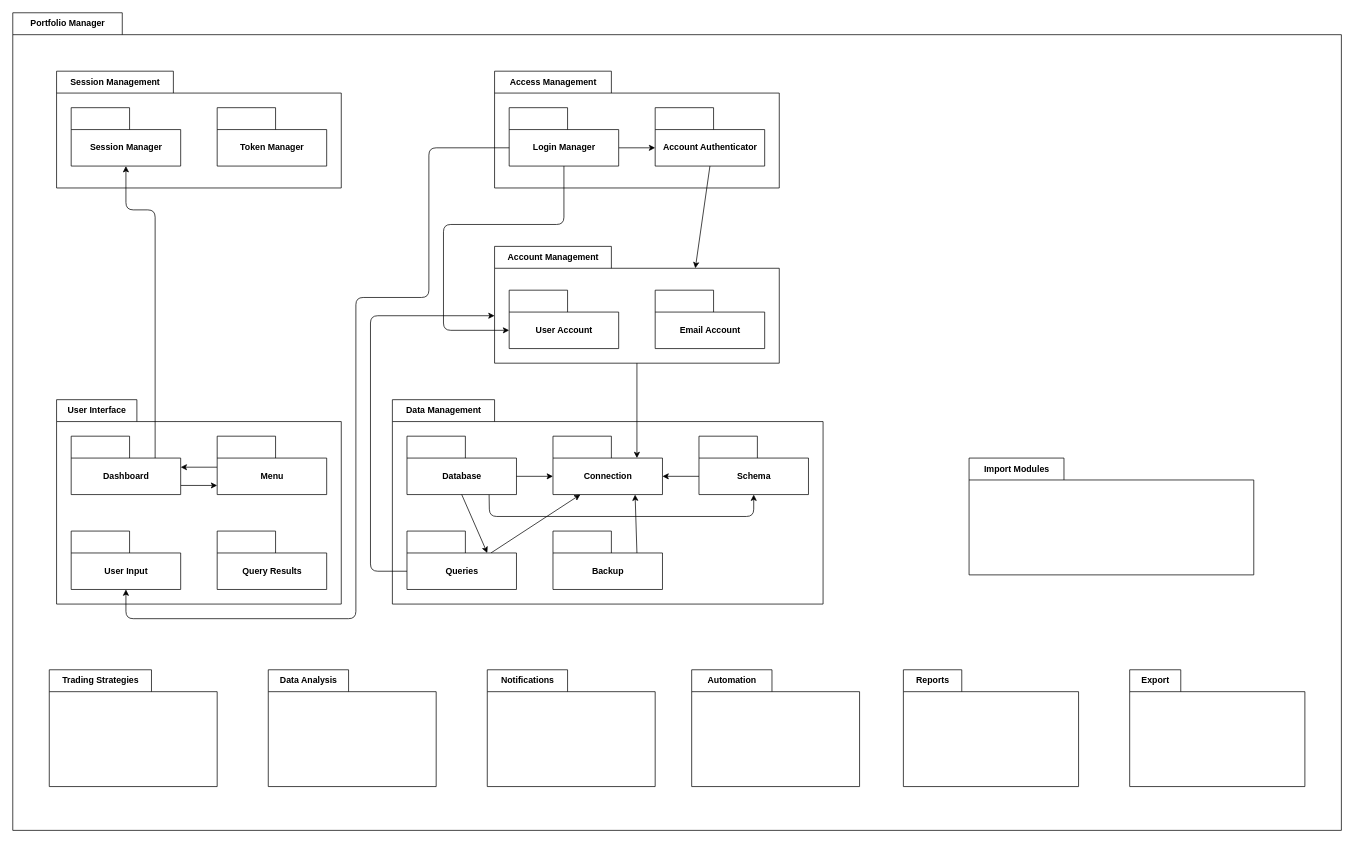
Earlier version of the draw.io diagram documentation/uml_package_diagram.drawio (kevanoullio/portfolio-manager). Source tidied: cells renumbered, new cells numbered last; positions are measured from the earlier drawing's top-left corner, leaving out a move shared by most shapes. Both pictures are drawn from the tidied source at 73%, with x=0, y=0 at pixel (12, 12).
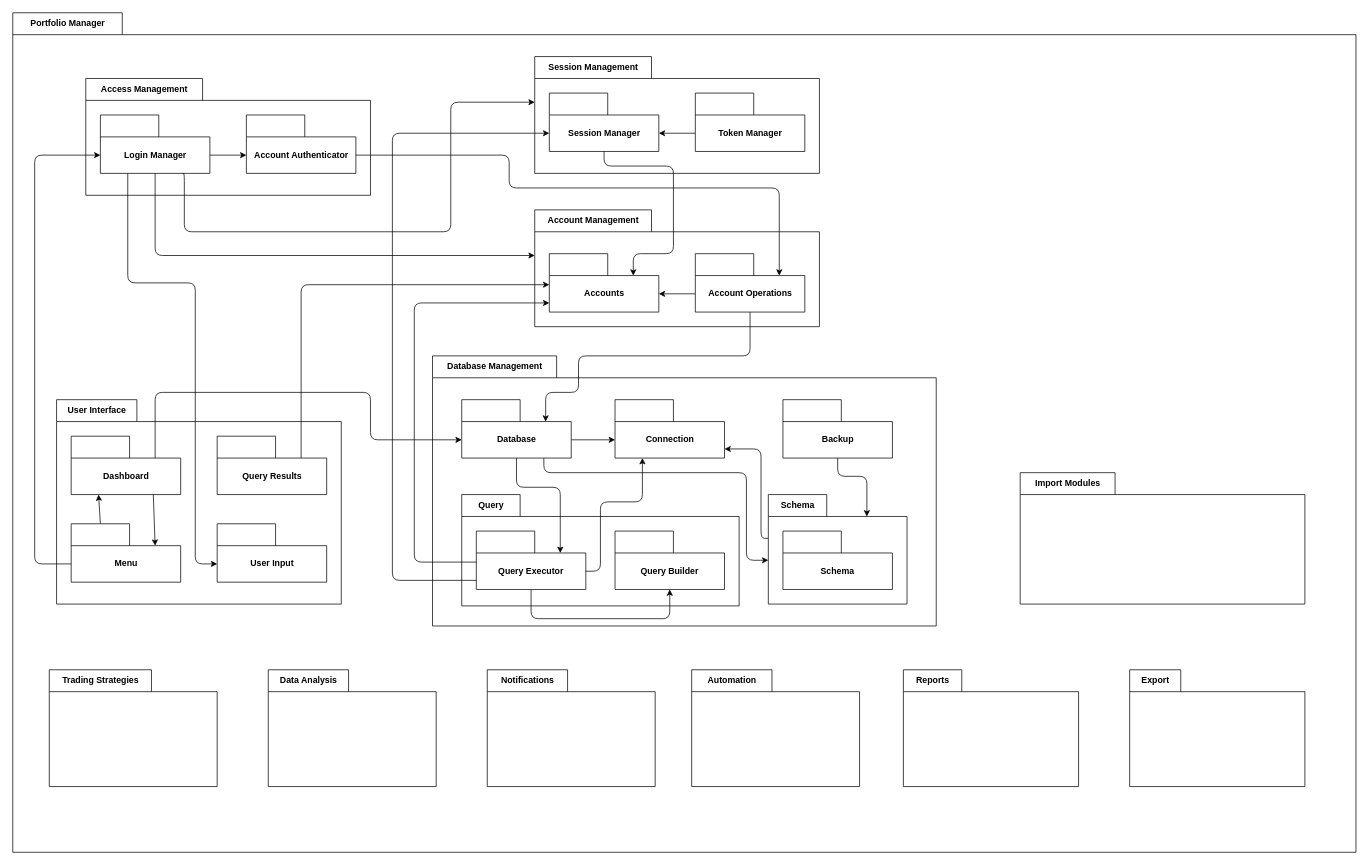
Above is the later version.

The change refers to these unchanged cells:
```xml
<mxCell id="4" value="Session Manager" style="shape=folder;fontStyle=1;tabWidth=80;tabHeight=30;tabPosition=left;html=1;boundedLbl=1;" parent="3" vertex="1">
  <mxGeometry x="20" y="50" width="150" height="80" as="geometry" />
</mxCell>
<mxCell id="5" value="Token Manager" style="shape=folder;fontStyle=1;tabWidth=80;tabHeight=30;tabPosition=left;html=1;boundedLbl=1;" parent="3" vertex="1">
  <mxGeometry x="220" y="50" width="150" height="80" as="geometry" />
</mxCell>
<mxCell id="6" value="User Interface" style="shape=folder;fontStyle=1;tabWidth=110;tabHeight=30;tabPosition=left;html=1;boundedLbl=1;labelInHeader=1;" parent="2" vertex="1">
  <mxGeometry x="60" y="530" width="390" height="280" as="geometry" />
</mxCell>
<mxCell id="33" value="Login Manager" style="shape=folder;fontStyle=1;tabWidth=80;tabHeight=30;tabPosition=left;html=1;boundedLbl=1;" parent="31" vertex="1">
  <mxGeometry x="20" y="50" width="150" height="80" as="geometry" />
</mxCell>
<mxCell id="34" value="Account Authenticator" style="shape=folder;fontStyle=1;tabWidth=80;tabHeight=30;tabPosition=left;html=1;boundedLbl=1;" parent="31" vertex="1">
  <mxGeometry x="220" y="50" width="150" height="80" as="geometry" />
</mxCell>
```

Diff of the diagram source:
```diff
@@
     <mxCell id="2" value="Portfolio Manager" style="shape=folder;fontStyle=1;tabWidth=150;tabHeight=30;tabPosition=left;html=1;boundedLbl=1;labelInHeader=1;" parent="1" vertex="1">
-      <mxGeometry width="1820" height="1120" as="geometry" />
+      <mxGeometry width="1840" height="1150" as="geometry" />
     </mxCell>
     <mxCell id="3" value="Session Management" style="shape=folder;fontStyle=1;tabWidth=160;tabHeight=30;tabPosition=left;html=1;boundedLbl=1;labelInHeader=1;" parent="2" vertex="1">
-      <mxGeometry x="60" y="80" width="390" height="160" as="geometry" />
+      <mxGeometry x="715" y="60" width="390" height="160" as="geometry" />
     </mxCell>
@@
+    <mxCell id="45" style="edgeStyle=orthogonalEdgeStyle;rounded=0;jettySize=auto;html=1;exitX=0;exitY=0;exitDx=0;exitDy=55;exitPerimeter=0;entryX=0;entryY=0;entryDx=150;entryDy=55;entryPerimeter=0;" parent="3" edge="1" source="5" target="4">
+      <mxGeometry relative="1" as="geometry" />
+    </mxCell>
@@
+    <mxCell id="8" value="Dashboard" style="shape=folder;fontStyle=1;tabWidth=80;tabHeight=30;tabPosition=left;html=1;boundedLbl=1;" parent="6" vertex="1">
+      <mxGeometry x="20" y="50" width="150" height="80" as="geometry" />
+    </mxCell>
-    <mxCell id="7" style="edgeStyle=none;html=1;exitX=0;exitY=0;exitDx=150;exitDy=67.5;exitPerimeter=0;entryX=0;entryY=0;entryDx=0;entryDy=67.5;entryPerimeter=0;" parent="6" edge="1" source="8" target="10">
+    <mxCell id="7" style="rounded=0;jettySize=auto;html=1;exitX=0.75;exitY=1;exitDx=0;exitDy=0;exitPerimeter=0;entryX=0;entryY=0;entryDx=115;entryDy=30;entryPerimeter=0;" parent="6" edge="1" source="8" target="10">
       <mxGeometry relative="1" as="geometry" />
     </mxCell>
-    <mxCell id="8" value="Dashboard" style="shape=folder;fontStyle=1;tabWidth=80;tabHeight=30;tabPosition=left;html=1;boundedLbl=1;" parent="6" vertex="1">
-      <mxGeometry x="20" y="50" width="150" height="80" as="geometry" />
-    </mxCell>
-    <mxCell id="9" style="edgeStyle=none;html=1;exitX=0;exitY=0;exitDx=0;exitDy=42.5;exitPerimeter=0;entryX=0;entryY=0;entryDx=150;entryDy=42.5;entryPerimeter=0;" parent="6" edge="1" source="10" target="8">
+    <mxCell id="9" style="rounded=0;jettySize=auto;html=1;exitX=0;exitY=0;exitDx=40;exitDy=0;exitPerimeter=0;entryX=0.25;entryY=1;entryDx=0;entryDy=0;entryPerimeter=0;" parent="6" edge="1" source="10" target="8">
       <mxGeometry relative="1" as="geometry" />
     </mxCell>
     <mxCell id="10" value="Menu" style="shape=folder;fontStyle=1;tabWidth=80;tabHeight=30;tabPosition=left;html=1;boundedLbl=1;" parent="6" vertex="1">
-      <mxGeometry x="220" y="50" width="150" height="80" as="geometry" />
+      <mxGeometry x="20" y="170" width="150" height="80" as="geometry" />
     </mxCell>
     <mxCell id="11" value="User Input" style="shape=folder;fontStyle=1;tabWidth=80;tabHeight=30;tabPosition=left;html=1;boundedLbl=1;" parent="6" vertex="1">
-      <mxGeometry x="20" y="180" width="150" height="80" as="geometry" />
+      <mxGeometry x="220" y="170" width="150" height="80" as="geometry" />
     </mxCell>
     <mxCell id="12" value="Query Results" style="shape=folder;fontStyle=1;tabWidth=80;tabHeight=30;tabPosition=left;html=1;boundedLbl=1;" parent="6" vertex="1">
-      <mxGeometry x="220" y="180" width="150" height="80" as="geometry" />
+      <mxGeometry x="220" y="50" width="150" height="80" as="geometry" />
     </mxCell>
@@
-    <mxCell id="16" value="Import Modules" style="shape=folder;fontStyle=1;tabWidth=130;tabHeight=30;tabPosition=left;html=1;boundedLbl=1;labelInHeader=1;" parent="2" vertex="1">
-      <mxGeometry x="1310" y="610" width="390" height="160" as="geometry" />
-    </mxCell>
@@
-    <mxCell id="18" value="Data Management" style="shape=folder;fontStyle=1;tabWidth=140;tabHeight=30;tabPosition=left;html=1;boundedLbl=1;labelInHeader=1;" parent="2" vertex="1">
-      <mxGeometry x="520" y="530" width="590" height="280" as="geometry" />
-    </mxCell>
-    <mxCell id="19" style="edgeStyle=none;html=1;exitX=0.75;exitY=1;exitDx=0;exitDy=0;exitPerimeter=0;entryX=0.5;entryY=1;entryDx=0;entryDy=0;entryPerimeter=0;" parent="18" edge="1" source="20" target="28">
-      <mxGeometry relative="1" as="geometry">
-        <Array as="points">
-          <mxPoint x="133" y="160" />
-          <mxPoint x="495" y="160" />
-        </Array>
-      </mxGeometry>
-    </mxCell>
-    <mxCell id="20" value="Database" style="shape=folder;fontStyle=1;tabWidth=80;tabHeight=30;tabPosition=left;html=1;boundedLbl=1;" parent="18" vertex="1">
-      <mxGeometry x="20" y="50" width="150" height="80" as="geometry" />
-    </mxCell>
-    <mxCell id="21" style="edgeStyle=none;html=1;exitX=0;exitY=0;exitDx=150;exitDy=55;exitPerimeter=0;entryX=0;entryY=0;entryDx=0;entryDy=55;entryPerimeter=0;" parent="18" edge="1" source="20" target="22">
-      <mxGeometry relative="1" as="geometry" />
-    </mxCell>
-    <mxCell id="22" value="Connection" style="shape=folder;fontStyle=1;tabWidth=80;tabHeight=30;tabPosition=left;html=1;boundedLbl=1;" parent="18" vertex="1">
-      <mxGeometry x="220" y="50" width="150" height="80" as="geometry" />
-    </mxCell>
-    <mxCell id="23" style="edgeStyle=none;html=1;exitX=0;exitY=0;exitDx=115;exitDy=30;exitPerimeter=0;entryX=0.75;entryY=1;entryDx=0;entryDy=0;entryPerimeter=0;" parent="18" edge="1" source="24" target="22">
-      <mxGeometry relative="1" as="geometry" />
-    </mxCell>
-    <mxCell id="24" value="Backup" style="shape=folder;fontStyle=1;tabWidth=80;tabHeight=30;tabPosition=left;html=1;boundedLbl=1;" parent="18" vertex="1">
-      <mxGeometry x="220" y="180" width="150" height="80" as="geometry" />
-    </mxCell>
-    <mxCell id="25" style="edgeStyle=none;html=1;exitX=0;exitY=0;exitDx=115;exitDy=30;exitPerimeter=0;entryX=0.25;entryY=1;entryDx=0;entryDy=0;entryPerimeter=0;" parent="18" edge="1" source="26" target="22">
-      <mxGeometry relative="1" as="geometry" />
-    </mxCell>
-    <mxCell id="26" value="Queries" style="shape=folder;fontStyle=1;tabWidth=80;tabHeight=30;tabPosition=left;html=1;boundedLbl=1;" parent="18" vertex="1">
-      <mxGeometry x="20" y="180" width="150" height="80" as="geometry" />
-    </mxCell>
-    <mxCell id="27" style="edgeStyle=none;html=1;exitX=0;exitY=0;exitDx=0;exitDy=55;exitPerimeter=0;entryX=0;entryY=0;entryDx=150;entryDy=55;entryPerimeter=0;" parent="18" edge="1" source="28" target="22">
-      <mxGeometry relative="1" as="geometry" />
-    </mxCell>
-    <mxCell id="28" value="Schema" style="shape=folder;fontStyle=1;tabWidth=80;tabHeight=30;tabPosition=left;html=1;boundedLbl=1;" parent="18" vertex="1">
-      <mxGeometry x="420" y="50" width="150" height="80" as="geometry" />
-    </mxCell>
@@
     <mxCell id="31" value="Access Management" style="shape=folder;fontStyle=1;tabWidth=160;tabHeight=30;tabPosition=left;html=1;boundedLbl=1;labelInHeader=1;" parent="2" vertex="1">
-      <mxGeometry x="660" y="80" width="390" height="160" as="geometry" />
+      <mxGeometry x="100" y="90" width="390" height="160" as="geometry" />
     </mxCell>
@@
     <mxCell id="35" value="Account Management" style="shape=folder;fontStyle=1;tabWidth=160;tabHeight=30;tabPosition=left;html=1;boundedLbl=1;labelInHeader=1;" parent="2" vertex="1">
-      <mxGeometry x="660" y="320" width="390" height="160" as="geometry" />
+      <mxGeometry x="715" y="270" width="390" height="160" as="geometry" />
     </mxCell>
-    <mxCell id="36" value="User Account" style="shape=folder;fontStyle=1;tabWidth=80;tabHeight=30;tabPosition=left;html=1;boundedLbl=1;" parent="35" vertex="1">
+    <mxCell id="36" value="Accounts" style="shape=folder;fontStyle=1;tabWidth=80;tabHeight=30;tabPosition=left;html=1;boundedLbl=1;" parent="35" vertex="1">
       <mxGeometry x="20" y="60" width="150" height="80" as="geometry" />
     </mxCell>
+    <mxCell id="46" style="edgeStyle=orthogonalEdgeStyle;rounded=1;jettySize=auto;html=1;exitX=0;exitY=0;exitDx=0;exitDy=55;exitPerimeter=0;entryX=0;entryY=0;entryDx=150;entryDy=55;entryPerimeter=0;" parent="35" edge="1" source="37" target="36">
+      <mxGeometry relative="1" as="geometry" />
+    </mxCell>
-    <mxCell id="37" value="Email Account" style="shape=folder;fontStyle=1;tabWidth=80;tabHeight=30;tabPosition=left;html=1;boundedLbl=1;" parent="35" vertex="1">
+    <mxCell id="37" value="Account Operations" style="shape=folder;fontStyle=1;tabWidth=80;tabHeight=30;tabPosition=left;html=1;boundedLbl=1;" parent="35" vertex="1">
       <mxGeometry x="220" y="60" width="150" height="80" as="geometry" />
     </mxCell>
-    <mxCell id="38" style="edgeStyle=none;html=1;exitX=0.5;exitY=1;exitDx=0;exitDy=0;exitPerimeter=0;entryX=0;entryY=0;entryDx=115;entryDy=30;entryPerimeter=0;" parent="2" edge="1" source="35" target="22">
-      <mxGeometry relative="1" as="geometry" />
-    </mxCell>
+    <mxCell id="47" style="edgeStyle=orthogonalEdgeStyle;rounded=1;jettySize=auto;html=1;exitX=0;exitY=0;exitDx=115;exitDy=30;exitPerimeter=0;entryX=0;entryY=0;entryDx=0;entryDy=42.5;entryPerimeter=0;" parent="2" edge="1" source="12" target="36">
+      <mxGeometry relative="1" as="geometry">
+        <Array as="points">
+          <mxPoint x="395" y="373" />
+        </Array>
+      </mxGeometry>
+    </mxCell>
+    <mxCell id="42" style="edgeStyle=orthogonalEdgeStyle;rounded=1;jettySize=auto;html=1;exitX=0.25;exitY=1;exitDx=0;exitDy=0;exitPerimeter=0;entryX=0;entryY=0;entryDx=0;entryDy=55;entryPerimeter=0;" parent="2" edge="1" source="33" target="11">
+      <mxGeometry relative="1" as="geometry">
+        <Array as="points">
+          <mxPoint x="158" y="370" />
+          <mxPoint x="250" y="370" />
+          <mxPoint x="250" y="755" />
+        </Array>
+      </mxGeometry>
+    </mxCell>
+    <mxCell id="48" style="edgeStyle=orthogonalEdgeStyle;rounded=1;jettySize=auto;html=1;exitX=0;exitY=0;exitDx=150;exitDy=55;exitPerimeter=0;entryX=0;entryY=0;entryDx=115;entryDy=30;entryPerimeter=0;" parent="2" edge="1" source="34" target="37">
+      <mxGeometry relative="1" as="geometry">
+        <Array as="points">
+          <mxPoint x="680" y="195" />
+          <mxPoint x="680" y="240" />
+          <mxPoint x="1050" y="240" />
+        </Array>
+      </mxGeometry>
+    </mxCell>
+    <mxCell id="49" style="edgeStyle=orthogonalEdgeStyle;rounded=1;jettySize=auto;html=1;exitX=0.5;exitY=1;exitDx=0;exitDy=0;exitPerimeter=0;entryX=0;entryY=0;entryDx=0;entryDy=62.5;entryPerimeter=0;" parent="2" edge="1" source="33" target="35">
+      <mxGeometry relative="1" as="geometry">
+        <Array as="points">
+          <mxPoint x="195" y="333" />
+        </Array>
+      </mxGeometry>
+    </mxCell>
+    <mxCell id="50" style="edgeStyle=orthogonalEdgeStyle;rounded=1;jettySize=auto;html=1;exitX=0.75;exitY=1;exitDx=0;exitDy=0;exitPerimeter=0;entryX=0;entryY=0;entryDx=0;entryDy=62.5;entryPerimeter=0;" parent="2" edge="1" source="33" target="3">
+      <mxGeometry relative="1" as="geometry">
+        <Array as="points">
+          <mxPoint x="235" y="220" />
+          <mxPoint x="235" y="300" />
+          <mxPoint x="600" y="300" />
+          <mxPoint x="600" y="123" />
+        </Array>
+      </mxGeometry>
+    </mxCell>
+    <mxCell id="51" style="edgeStyle=orthogonalEdgeStyle;rounded=1;jettySize=auto;html=1;exitX=0;exitY=0;exitDx=0;exitDy=55;exitPerimeter=0;entryX=0;entryY=0;entryDx=0;entryDy=55;entryPerimeter=0;" parent="2" edge="1" source="10" target="33">
+      <mxGeometry relative="1" as="geometry">
+        <Array as="points">
+          <mxPoint x="30" y="755" />
+          <mxPoint x="30" y="195" />
+        </Array>
+      </mxGeometry>
+    </mxCell>
+    <mxCell id="52" value="Database Management" style="shape=folder;fontStyle=1;tabWidth=170;tabHeight=30;tabPosition=left;html=1;boundedLbl=1;labelInHeader=1;" parent="2" vertex="1">
+      <mxGeometry x="575" y="470" width="690" height="370" as="geometry" />
+    </mxCell>
+    <mxCell id="53" style="edgeStyle=orthogonalEdgeStyle;rounded=1;jettySize=auto;html=1;exitX=0;exitY=0;exitDx=0;exitDy=60;exitPerimeter=0;entryX=0;entryY=0;entryDx=150;entryDy=67.5;entryPerimeter=0;" parent="52" edge="1" source="54" target="22">
+      <mxGeometry relative="1" as="geometry">
+        <Array as="points">
+          <mxPoint x="450" y="250" />
+          <mxPoint x="450" y="128" />
+        </Array>
+      </mxGeometry>
+    </mxCell>
+    <mxCell id="54" value="Schema" style="shape=folder;fontStyle=1;tabWidth=80;tabHeight=30;tabPosition=left;html=1;boundedLbl=1;labelInHeader=1;" parent="52" vertex="1">
+      <mxGeometry x="460" y="190" width="190" height="150" as="geometry" />
+    </mxCell>
+    <mxCell id="55" value="&lt;div&gt;Schema&lt;/div&gt;" style="shape=folder;fontStyle=1;tabWidth=80;tabHeight=30;tabPosition=left;html=1;boundedLbl=1;whiteSpace=wrap;" parent="54" vertex="1">
+      <mxGeometry x="20" y="50" width="150" height="80" as="geometry" />
+    </mxCell>
+    <mxCell id="21" style="edgeStyle=orthogonalEdgeStyle;rounded=1;jettySize=auto;html=1;exitX=0;exitY=0;exitDx=150;exitDy=55;exitPerimeter=0;entryX=0;entryY=0;entryDx=0;entryDy=55;entryPerimeter=0;" parent="52" edge="1" source="20" target="22">
+      <mxGeometry relative="1" as="geometry" />
+    </mxCell>
+    <mxCell id="56" style="edgeStyle=orthogonalEdgeStyle;rounded=1;jettySize=auto;html=1;exitX=0.75;exitY=1;exitDx=0;exitDy=0;exitPerimeter=0;entryX=0;entryY=0;entryDx=0;entryDy=90;entryPerimeter=0;" parent="52" edge="1" source="20" target="54">
+      <mxGeometry relative="1" as="geometry">
+        <Array as="points">
+          <mxPoint x="153" y="160" />
+          <mxPoint x="430" y="160" />
+          <mxPoint x="430" y="280" />
+        </Array>
+      </mxGeometry>
+    </mxCell>
+    <mxCell id="20" value="Database" style="shape=folder;fontStyle=1;tabWidth=80;tabHeight=30;tabPosition=left;html=1;boundedLbl=1;" parent="52" vertex="1">
+      <mxGeometry x="40" y="60" width="150" height="80" as="geometry" />
+    </mxCell>
+    <mxCell id="22" value="Connection" style="shape=folder;fontStyle=1;tabWidth=80;tabHeight=30;tabPosition=left;html=1;boundedLbl=1;" parent="52" vertex="1">
+      <mxGeometry x="250" y="60" width="150" height="80" as="geometry" />
+    </mxCell>
+    <mxCell id="57" style="edgeStyle=orthogonalEdgeStyle;rounded=1;jettySize=auto;html=1;exitX=0.5;exitY=1;exitDx=0;exitDy=0;exitPerimeter=0;entryX=0;entryY=0;entryDx=135;entryDy=30;entryPerimeter=0;" parent="52" edge="1" source="24" target="54">
+      <mxGeometry relative="1" as="geometry" />
+    </mxCell>
+    <mxCell id="24" value="Backup" style="shape=folder;fontStyle=1;tabWidth=80;tabHeight=30;tabPosition=left;html=1;boundedLbl=1;" parent="52" vertex="1">
+      <mxGeometry x="480" y="60" width="150" height="80" as="geometry" />
+    </mxCell>
+    <mxCell id="58" value="Query" style="shape=folder;fontStyle=1;tabWidth=80;tabHeight=30;tabPosition=left;html=1;boundedLbl=1;labelInHeader=1;" parent="52" vertex="1">
+      <mxGeometry x="40" y="190" width="380" height="152.5" as="geometry" />
+    </mxCell>
-    <mxCell id="39" style="edgeStyle=none;html=1;exitX=0.5;exitY=1;exitDx=0;exitDy=0;exitPerimeter=0;entryX=0;entryY=0;entryDx=0;entryDy=55;entryPerimeter=0;" parent="2" edge="1" source="33" target="36">
+    <mxCell id="39" style="edgeStyle=orthogonalEdgeStyle;html=1;exitX=0.5;exitY=1;exitDx=0;exitDy=0;exitPerimeter=0;entryX=0.5;entryY=1;entryDx=0;entryDy=0;entryPerimeter=0;" parent="58" edge="1" source="59" target="60">
       <mxGeometry relative="1" as="geometry">
         <Array as="points">
-          <mxPoint x="755" y="290" />
-          <mxPoint x="590" y="290" />
-          <mxPoint x="590" y="435" />
+          <mxPoint x="95" y="170" />
+          <mxPoint x="285" y="170" />
         </Array>
       </mxGeometry>
     </mxCell>
-    <mxCell id="40" style="edgeStyle=none;html=1;exitX=0.5;exitY=1;exitDx=0;exitDy=0;exitPerimeter=0;entryX=0;entryY=0;entryDx=275;entryDy=30;entryPerimeter=0;" parent="2" edge="1" source="34" target="35">
-      <mxGeometry relative="1" as="geometry" />
-    </mxCell>
-    <mxCell id="41" style="edgeStyle=none;html=1;exitX=0;exitY=0;exitDx=0;exitDy=55;exitPerimeter=0;entryX=0;entryY=0;entryDx=0;entryDy=95;entryPerimeter=0;" parent="2" edge="1" source="26" target="35">
-      <mxGeometry relative="1" as="geometry">
-        <Array as="points">
-          <mxPoint x="490" y="765" />
-          <mxPoint x="490" y="415" />
-        </Array>
-      </mxGeometry>
-    </mxCell>
-    <mxCell id="42" style="edgeStyle=none;html=1;exitX=0;exitY=0;exitDx=0;exitDy=55;exitPerimeter=0;entryX=0.5;entryY=1;entryDx=0;entryDy=0;entryPerimeter=0;" parent="2" edge="1" source="33" target="11">
-      <mxGeometry relative="1" as="geometry">
-        <Array as="points">
-          <mxPoint x="570" y="185" />
-          <mxPoint x="570" y="390" />
-          <mxPoint x="470" y="390" />
-          <mxPoint x="470" y="830" />
-          <mxPoint x="155" y="830" />
-        </Array>
-      </mxGeometry>
-    </mxCell>
-    <mxCell id="43" style="edgeStyle=none;html=1;exitX=0;exitY=0;exitDx=115;exitDy=30;exitPerimeter=0;entryX=0.5;entryY=1;entryDx=0;entryDy=0;entryPerimeter=0;" parent="2" edge="1" source="8" target="4">
-      <mxGeometry relative="1" as="geometry">
-        <Array as="points">
-          <mxPoint x="195" y="270" />
-          <mxPoint x="155" y="270" />
-        </Array>
-      </mxGeometry>
-    </mxCell>
-    <mxCell id="44" style="edgeStyle=none;html=1;exitX=0.5;exitY=1;exitDx=0;exitDy=0;exitPerimeter=0;" parent="1" edge="1" source="20">
-      <mxGeometry relative="1" as="geometry">
-        <mxPoint x="650" y="740" as="targetPoint" />
-      </mxGeometry>
-    </mxCell>
+    <mxCell id="59" value="&lt;div&gt;Query Executor&lt;br&gt;&lt;/div&gt;" style="shape=folder;fontStyle=1;tabWidth=80;tabHeight=30;tabPosition=left;html=1;boundedLbl=1;whiteSpace=wrap;" parent="58" vertex="1">
+      <mxGeometry x="20" y="50" width="150" height="80" as="geometry" />
+    </mxCell>
+    <mxCell id="60" value="Query Builder" style="shape=folder;fontStyle=1;tabWidth=80;tabHeight=30;tabPosition=left;html=1;boundedLbl=1;whiteSpace=wrap;" parent="58" vertex="1">
+      <mxGeometry x="210" y="50" width="150" height="80" as="geometry" />
+    </mxCell>
+    <mxCell id="61" style="edgeStyle=orthogonalEdgeStyle;rounded=0;orthogonalLoop=1;jettySize=auto;html=1;exitX=0.5;exitY=1;exitDx=0;exitDy=0;exitPerimeter=0;" parent="52" edge="1" source="58" target="58">
+      <mxGeometry relative="1" as="geometry" />
+    </mxCell>
+    <mxCell id="62" style="edgeStyle=orthogonalEdgeStyle;rounded=1;jettySize=auto;html=1;exitX=0.5;exitY=1;exitDx=0;exitDy=0;exitPerimeter=0;entryX=0;entryY=0;entryDx=115;entryDy=30;entryPerimeter=0;" parent="52" edge="1" source="20" target="59">
+      <mxGeometry relative="1" as="geometry">
+        <Array as="points">
+          <mxPoint x="115" y="180" />
+          <mxPoint x="175" y="180" />
+        </Array>
+      </mxGeometry>
+    </mxCell>
+    <mxCell id="63" style="edgeStyle=orthogonalEdgeStyle;rounded=1;jettySize=auto;html=1;exitX=0;exitY=0;exitDx=150;exitDy=55;exitPerimeter=0;entryX=0.25;entryY=1;entryDx=0;entryDy=0;entryPerimeter=0;" parent="52" edge="1" source="59" target="22">
+      <mxGeometry relative="1" as="geometry">
+        <Array as="points">
+          <mxPoint x="230" y="295" />
+          <mxPoint x="230" y="200" />
+          <mxPoint x="288" y="200" />
+        </Array>
+      </mxGeometry>
+    </mxCell>
+    <mxCell id="16" value="Import Modules" style="shape=folder;fontStyle=1;tabWidth=130;tabHeight=30;tabPosition=left;html=1;boundedLbl=1;labelInHeader=1;" parent="2" vertex="1">
+      <mxGeometry x="1380" y="630" width="390" height="180" as="geometry" />
+    </mxCell>
+    <mxCell id="64" style="edgeStyle=orthogonalEdgeStyle;rounded=1;jettySize=auto;html=1;exitX=0.5;exitY=1;exitDx=0;exitDy=0;exitPerimeter=0;entryX=0;entryY=0;entryDx=115;entryDy=30;entryPerimeter=0;" parent="2" edge="1" source="37" target="20">
+      <mxGeometry relative="1" as="geometry">
+        <Array as="points">
+          <mxPoint x="1010" y="470" />
+          <mxPoint x="775" y="470" />
+          <mxPoint x="775" y="520" />
+          <mxPoint x="730" y="520" />
+        </Array>
+      </mxGeometry>
+    </mxCell>
+    <mxCell id="65" style="edgeStyle=orthogonalEdgeStyle;rounded=1;jettySize=auto;html=1;exitX=0;exitY=0;exitDx=0;exitDy=42.5;exitPerimeter=0;entryX=0;entryY=0;entryDx=0;entryDy=67.5;entryPerimeter=0;" parent="2" edge="1" source="59" target="36">
+      <mxGeometry relative="1" as="geometry">
+        <Array as="points">
+          <mxPoint x="550" y="753" />
+          <mxPoint x="550" y="398" />
+        </Array>
+      </mxGeometry>
+    </mxCell>
+    <mxCell id="66" style="edgeStyle=orthogonalEdgeStyle;rounded=1;jettySize=auto;html=1;exitX=0;exitY=0;exitDx=115;exitDy=30;exitPerimeter=0;entryX=0;entryY=0;entryDx=0;entryDy=55;entryPerimeter=0;" parent="2" edge="1" source="8" target="20">
+      <mxGeometry relative="1" as="geometry">
+        <Array as="points">
+          <mxPoint x="195" y="520" />
+          <mxPoint x="490" y="520" />
+          <mxPoint x="490" y="585" />
+        </Array>
+      </mxGeometry>
+    </mxCell>
+    <mxCell id="67" style="edgeStyle=orthogonalEdgeStyle;rounded=1;jettySize=auto;html=1;exitX=0.5;exitY=1;exitDx=0;exitDy=0;exitPerimeter=0;entryX=0;entryY=0;entryDx=115;entryDy=30;entryPerimeter=0;" parent="2" edge="1" source="4" target="36">
+      <mxGeometry relative="1" as="geometry">
+        <Array as="points">
+          <mxPoint x="810" y="210" />
+          <mxPoint x="905" y="210" />
+          <mxPoint x="905" y="330" />
+          <mxPoint x="850" y="330" />
+        </Array>
+      </mxGeometry>
+    </mxCell>
+    <mxCell id="68" style="edgeStyle=orthogonalEdgeStyle;rounded=1;jettySize=auto;html=1;exitX=0;exitY=0;exitDx=0;exitDy=67.5;exitPerimeter=0;entryX=0;entryY=0;entryDx=0;entryDy=55;entryPerimeter=0;" parent="2" edge="1" source="59" target="4">
+      <mxGeometry relative="1" as="geometry">
+        <Array as="points">
+          <mxPoint x="520" y="778" />
+          <mxPoint x="520" y="165" />
+        </Array>
+      </mxGeometry>
+    </mxCell>
```
